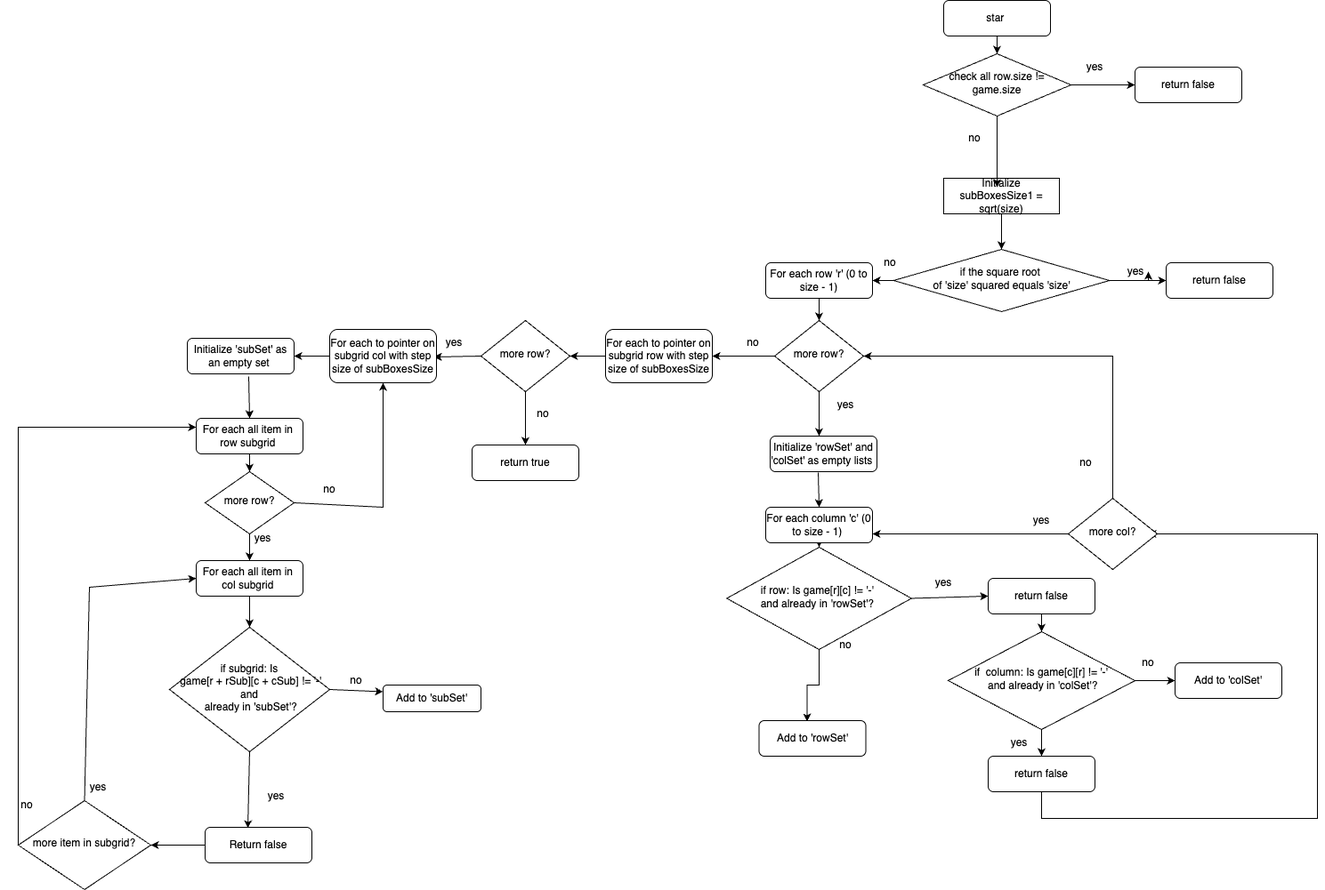
This is src/sudoku.drawio.png from norhanadel367/Sudoku_and_Pv4addressTask, a draw.io export, as it was before one commit. Source tidied: cells renumbered, new cells last; positions are measured from the earlier drawing's top-left corner, leaving out a move shared by most shapes.
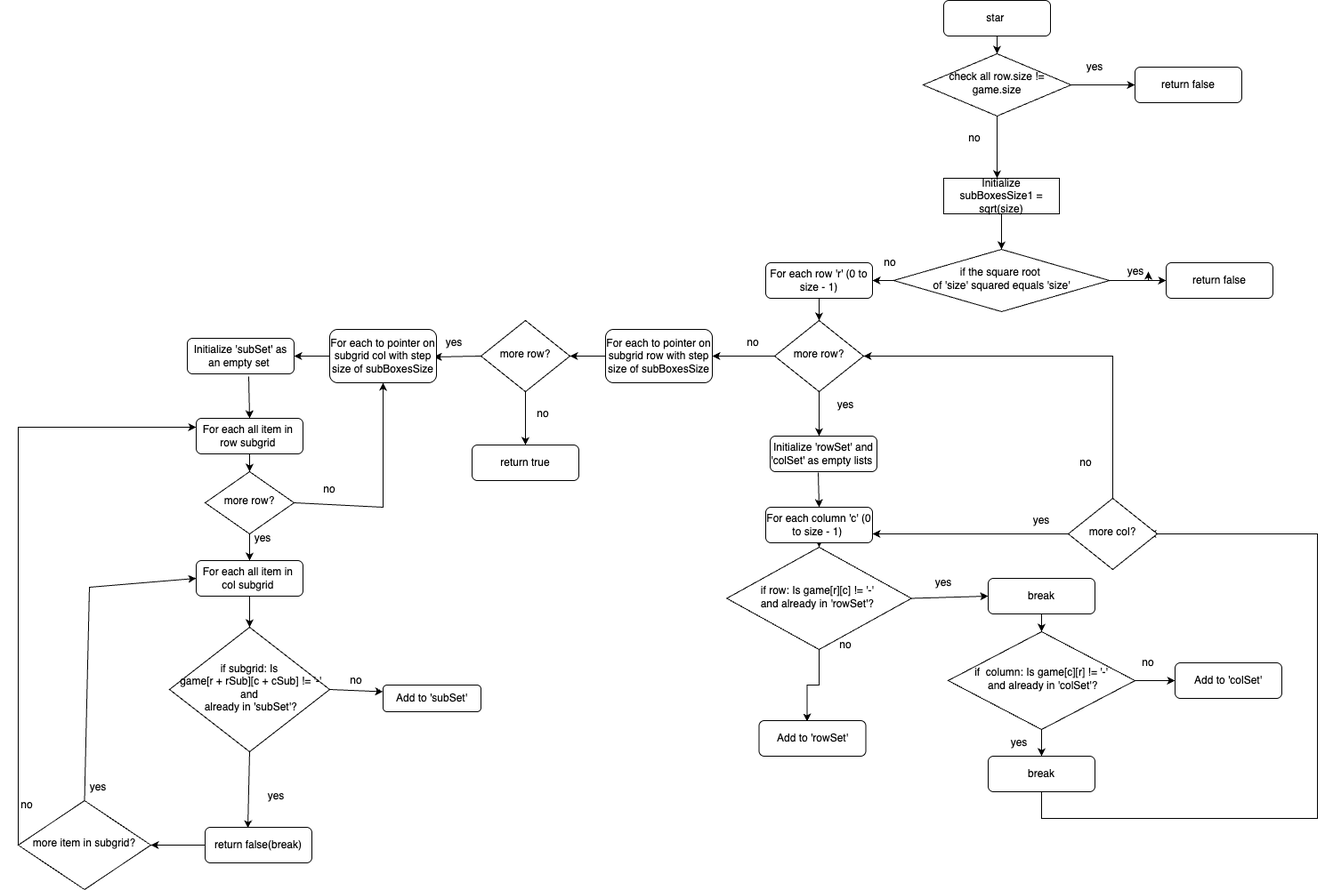
Later version of the same file.

Change to the diagram source:
```diff
@@ -49,7 +49,7 @@
     <mxCell id="16" value="no" style="text;html=1;align=center;verticalAlign=middle;whiteSpace=wrap;rounded=0;" parent="1" vertex="1">
       <mxGeometry x="1260" y="730" width="60" height="30" as="geometry" />
     </mxCell>
-    <mxCell id="17" value="return false" style="rounded=1;whiteSpace=wrap;html=1;fontSize=12;glass=0;strokeWidth=1;shadow=0;" parent="1" vertex="1">
+    <mxCell id="17" value="break" style="rounded=1;whiteSpace=wrap;html=1;fontSize=12;glass=0;strokeWidth=1;shadow=0;" parent="1" vertex="1">
       <mxGeometry x="1110" y="650" width="120" height="40" as="geometry" />
     </mxCell>
     <mxCell id="18" value="yes" style="text;html=1;align=center;verticalAlign=middle;whiteSpace=wrap;rounded=0;" parent="1" vertex="1">
@@ -110,7 +110,7 @@
         <mxPoint x="1170" y="850" as="targetPoint" />
       </mxGeometry>
     </mxCell>
-    <mxCell id="34" value="return false" style="rounded=1;whiteSpace=wrap;html=1;fontSize=12;glass=0;strokeWidth=1;shadow=0;" parent="1" vertex="1">
+    <mxCell id="34" value="break" style="rounded=1;whiteSpace=wrap;html=1;fontSize=12;glass=0;strokeWidth=1;shadow=0;" parent="1" vertex="1">
       <mxGeometry x="1110" y="850" width="120" height="40" as="geometry" />
     </mxCell>
     <mxCell id="35" value="no" style="text;html=1;align=center;verticalAlign=middle;whiteSpace=wrap;rounded=0;" parent="1" vertex="1">
@@ -170,7 +170,7 @@
     <mxCell id="49" style="endArrow=classic;html=1;rounded=0;exitX=0.5;exitY=1;exitDx=0;exitDy=0;entryX=0.4;entryY=0.025;entryDx=0;entryDy=0;entryPerimeter=0;" parent="1" edge="1" source="20" target="50">
       <mxGeometry relative="1" as="geometry" />
     </mxCell>
-    <mxCell id="50" value="Return false" style="rounded=1;whiteSpace=wrap;html=1;fontSize=12;glass=0;strokeWidth=1;shadow=0;" parent="1" vertex="1">
+    <mxCell id="50" value="return false(break)" style="rounded=1;whiteSpace=wrap;html=1;fontSize=12;glass=0;strokeWidth=1;shadow=0;" parent="1" vertex="1">
       <mxGeometry x="230" y="930" width="120" height="40" as="geometry" />
     </mxCell>
     <mxCell id="51" style="endArrow=classic;html=1;rounded=0;exitX=0;exitY=0.5;exitDx=0;exitDy=0;" parent="1" edge="1" source="56">
@@ -292,8 +292,10 @@
     <mxCell id="84" style="endArrow=classic;html=1;rounded=0;exitX=0.5;exitY=1;exitDx=0;exitDy=0;" parent="1" edge="1" source="2" target="80">
       <mxGeometry relative="1" as="geometry" />
     </mxCell>
-    <mxCell id="85" style="endArrow=classic;html=1;rounded=0;exitX=0.5;exitY=1;exitDx=0;exitDy=0;entryX=0.462;entryY=0.25;entryDx=0;entryDy=0;entryPerimeter=0;" parent="1" edge="1" source="80" target="22">
-      <mxGeometry relative="1" as="geometry" />
+    <mxCell id="85" style="endArrow=classic;html=1;rounded=0;exitX=0.5;exitY=1;exitDx=0;exitDy=0;" parent="1" edge="1" source="80">
+      <mxGeometry relative="1" as="geometry">
+        <mxPoint x="1120" y="200" as="targetPoint" />
+      </mxGeometry>
     </mxCell>
     <mxCell id="86" value="no" style="text;html=1;align=center;verticalAlign=middle;whiteSpace=wrap;rounded=0;" parent="1" vertex="1">
       <mxGeometry x="1065" y="140" width="60" height="30" as="geometry" />
```
